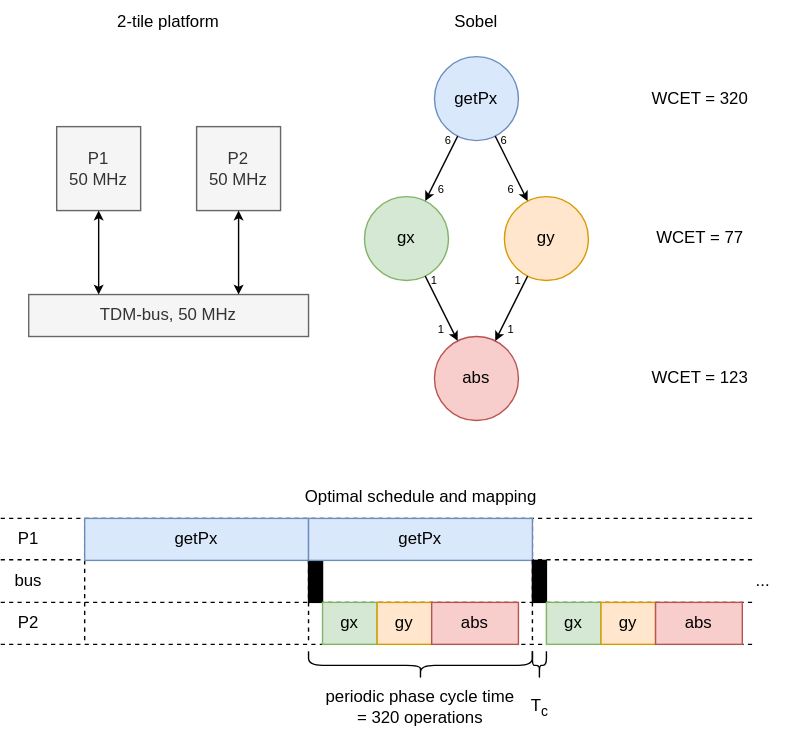
Before: figures/drawio/s2.svg, a diagram exported from draw.io (notanumber-sys/Effects-of-Design-Space-Discretization). Source tidied: cells renumbered, new cells last; positions are measured from the earlier drawing's top-left corner, leaving out a move shared by most shapes.
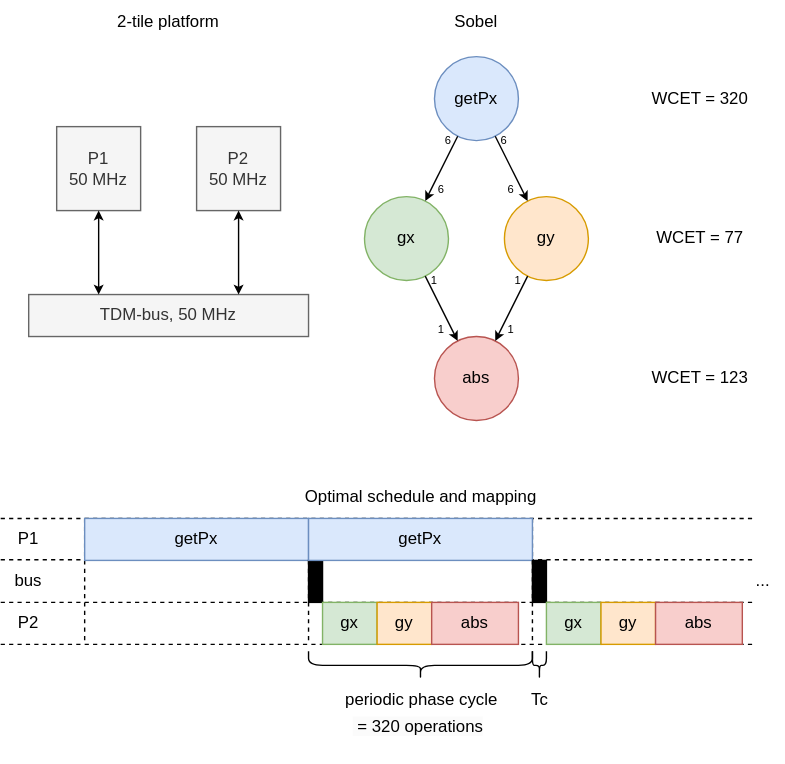
Later version of the same file.

Diff of the diagram source:
```diff
@@ -171,11 +171,14 @@
     <mxCell id="51" style="shape=curlyBracket;whiteSpace=wrap;html=1;rounded=1;flipH=1;labelPosition=right;verticalLabelPosition=middle;align=left;verticalAlign=middle;rotation=90;" parent="1" vertex="1">
       <mxGeometry x="290" y="395" width="20" height="160" as="geometry" />
     </mxCell>
-    <mxCell id="52" value="periodic phase cycle time&lt;br&gt;= 320 operations" style="text;html=1;strokeColor=none;fillColor=none;align=center;verticalAlign=middle;whiteSpace=wrap;rounded=0;" parent="1" vertex="1">
-      <mxGeometry x="225" y="490" width="150" height="30" as="geometry" />
+    <mxCell id="52" value="periodic phase cycle" style="text;html=1;strokeColor=none;fillColor=none;align=center;verticalAlign=middle;whiteSpace=wrap;rounded=0;" parent="1" vertex="1">
+      <mxGeometry x="220.5" y="490" width="159.5" height="20" as="geometry" />
     </mxCell>
-    <mxCell id="53" value="T&lt;sub&gt;c&lt;/sub&gt;" style="text;html=1;strokeColor=none;fillColor=none;align=center;verticalAlign=middle;whiteSpace=wrap;rounded=0;" parent="1" vertex="1">
-      <mxGeometry x="374.5" y="490" width="21" height="30" as="geometry" />
+    <mxCell id="53" value="Tc" style="text;html=1;strokeColor=none;fillColor=none;align=center;verticalAlign=middle;whiteSpace=wrap;rounded=0;" parent="1" vertex="1">
+      <mxGeometry x="374.5" y="485" width="20.5" height="30" as="geometry" />
     </mxCell>
+    <mxCell id="54" value="&lt;span style=&quot;color: rgb(0, 0, 0); font-family: Helvetica; font-size: 12px; font-style: normal; font-variant-ligatures: normal; font-variant-caps: normal; font-weight: 400; letter-spacing: normal; orphans: 2; text-align: center; text-indent: 0px; text-transform: none; widows: 2; word-spacing: 0px; -webkit-text-stroke-width: 0px; background-color: rgb(251, 251, 251); text-decoration-thickness: initial; text-decoration-style: initial; text-decoration-color: initial; float: none; display: inline !important;&quot;&gt;&lt;span&gt;&amp;nbsp;&lt;/span&gt;= 320 operations&lt;/span&gt;" style="text;whiteSpace=wrap;html=1;" parent="1" vertex="1">
+      <mxGeometry x="250" y="505" width="130" height="40" as="geometry" />
+    </mxCell>
   </root>
 </mxGraphModel>
```
